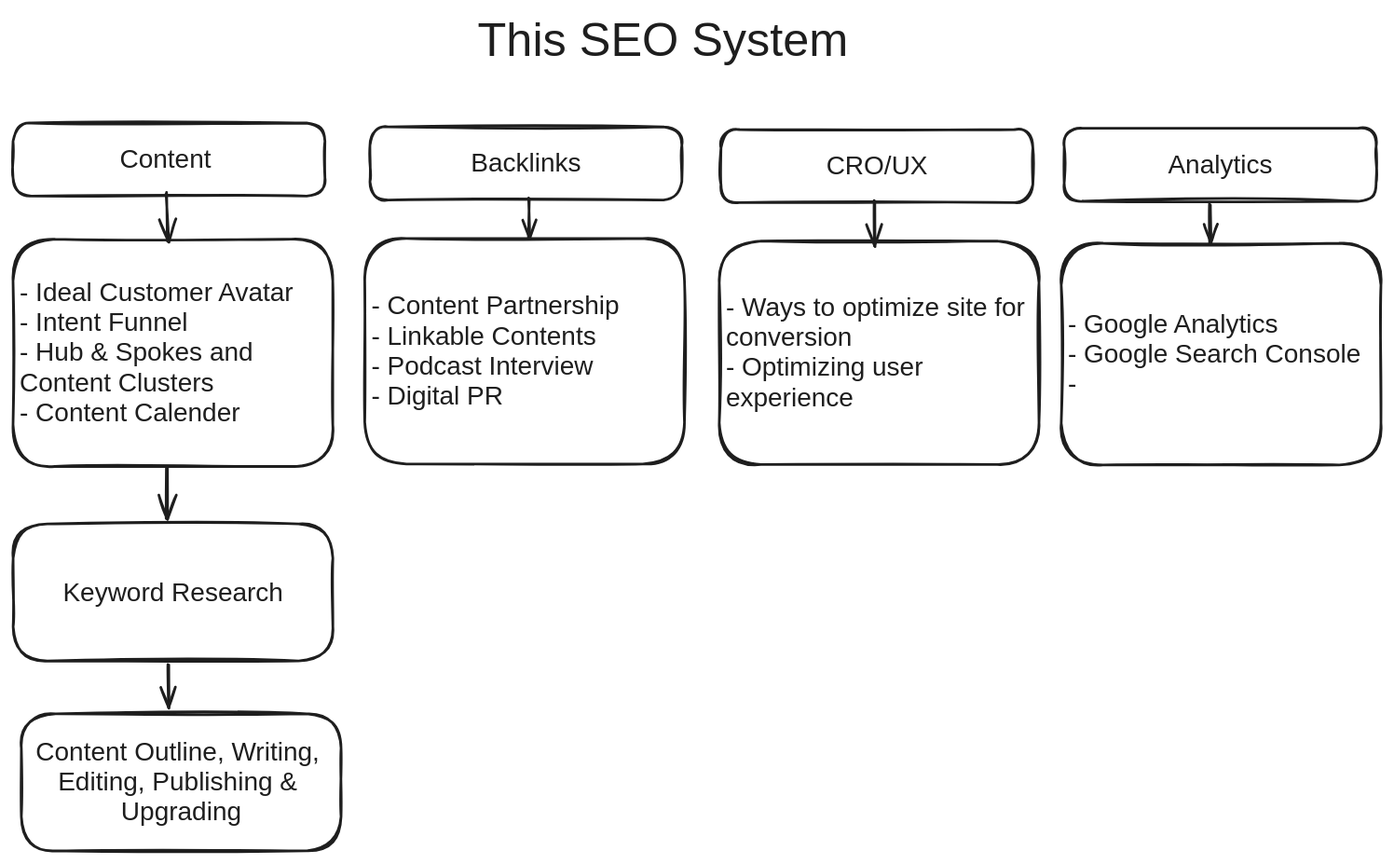
Earlier version of the Excalidraw export QuickNotes/20240526 The SEO System.excalidraw.svg (mshafat/noteshub). Source tidied: one line per element, renumbered; positions are measured from the earlier drawing's top-left corner, leaving out a move shared by most shapes.
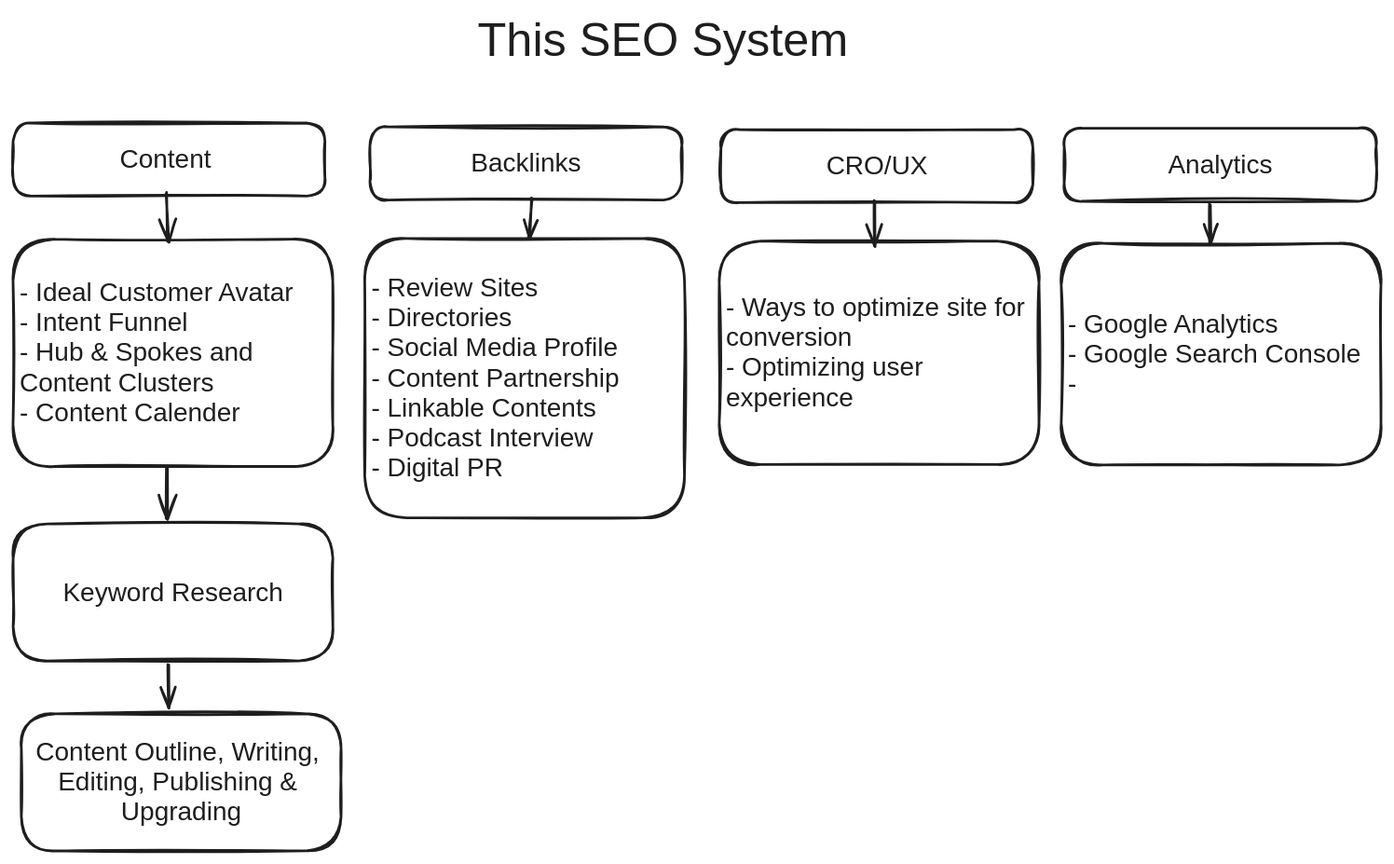
After the commit.

Diff of the diagram source:
```diff
@@ -9,8 +9,8 @@
 {"id": 8, "type": "text", "text": "Analytics", "strokeColor": "#1e1e1e", "strokeWidth": 2, "roughness": 1, "fontSize": 20, "fontFamily": 2, "textAlign": "center", "verticalAlign": "middle", "inside": 7, "x": 885, "y": 105, "width": 80, "height": 23}
 {"id": 9, "type": "rectangle", "strokeColor": "#1e1e1e", "strokeWidth": 2, "roughness": 1, "round": true, "x": 0, "y": 173, "width": 245, "height": 174}
 {"id": 10, "type": "text", "text": "- Ideal Customer Avatar\n- Intent Funnel\n- Hub & Spokes and \nContent Clusters\n- Content Calender", "strokeColor": "#1e1e1e", "strokeWidth": 2, "roughness": 1, "fontSize": 20, "fontFamily": 2, "verticalAlign": "middle", "inside": 9, "x": 5, "y": 203, "width": 211, "height": 115}
-{"id": 11, "type": "rectangle", "strokeColor": "#1e1e1e", "strokeWidth": 2, "roughness": 1, "round": true, "x": 270, "y": 173, "width": 245, "height": 173}
+{"id": 11, "type": "rectangle", "strokeColor": "#1e1e1e", "strokeWidth": 2, "roughness": 1, "round": true, "x": 270, "y": 173, "width": 245, "height": 214}
-{"id": 12, "type": "text", "text": "- Content Partnership\n- Linkable Contents \n- Podcast Interview\n- Digital PR", "strokeColor": "#1e1e1e", "strokeWidth": 2, "roughness": 1, "fontSize": 20, "fontFamily": 2, "verticalAlign": "middle", "inside": 11, "x": 274, "y": 213, "width": 190, "height": 92}
+{"id": 12, "type": "text", "text": "- Review Sites\n- Directories \n- Social Media Profile\n- Content Partnership\n- Linkable Contents \n- Podcast Interview\n- Digital PR", "strokeColor": "#1e1e1e", "strokeWidth": 2, "roughness": 1, "fontSize": 20, "fontFamily": 2, "verticalAlign": "middle", "inside": 11, "x": 274, "y": 199, "width": 190, "height": 161}
 {"id": 13, "type": "rectangle", "strokeColor": "#1e1e1e", "strokeWidth": 2, "roughness": 1, "round": true, "x": 0, "y": 391, "width": 245, "height": 105}
 {"id": 14, "type": "text", "text": "Keyword Research", "strokeColor": "#1e1e1e", "strokeWidth": 2, "roughness": 1, "fontSize": 20, "fontFamily": 2, "textAlign": "center", "verticalAlign": "middle", "inside": 13, "x": 38, "y": 432, "width": 169, "height": 23}
 {"id": 15, "type": "rectangle", "strokeColor": "#1e1e1e", "strokeWidth": 2, "roughness": 1, "round": true, "x": 6, "y": 537, "width": 245, "height": 105}
@@ -20,7 +20,7 @@
 {"id": 19, "type": "rectangle", "strokeColor": "#1e1e1e", "strokeWidth": 2, "roughness": 1, "round": true, "x": 803, "y": 176, "width": 245, "height": 170}
 {"id": 20, "type": "text", "text": "- Google Analytics\n- Google Search Console\n- ", "strokeColor": "#1e1e1e", "strokeWidth": 2, "roughness": 1, "fontSize": 20, "fontFamily": 2, "verticalAlign": "middle", "inside": 19, "x": 808, "y": 227, "width": 225, "height": 69}
 {"id": 21, "type": "arrow", "strokeColor": "#1e1e1e", "strokeWidth": 2, "roughness": 1, "endArrowhead": "arrow", "round": true, "x": 117, "y": 138, "width": 1, "height": 37, "points": [[0, 0], [1, 37]]}
-{"id": 22, "type": "arrow", "strokeColor": "#1e1e1e", "strokeWidth": 2, "roughness": 1, "endArrowhead": "arrow", "round": true, "from": 11, "x": 395, "y": 142, "width": 0, "height": 30, "points": [[0, 0], [0, 30]]}
+{"id": 22, "type": "arrow", "strokeColor": "#1e1e1e", "strokeWidth": 2, "roughness": 1, "endArrowhead": "arrow", "round": true, "from": 11, "x": 398, "y": 142, "width": 2, "height": 30, "points": [[0, 0], [-2, 30]]}
 {"id": 23, "type": "arrow", "strokeColor": "#1e1e1e", "strokeWidth": 2, "roughness": 1, "endArrowhead": "arrow", "round": true, "from": 17, "x": 660, "y": 144, "width": 0, "height": 34, "points": [[0, 0], [0, 34]]}
 {"id": 24, "type": "arrow", "strokeColor": "#1e1e1e", "strokeWidth": 2, "roughness": 1, "endArrowhead": "arrow", "round": true, "from": 19, "x": 917, "y": 146, "width": 0, "height": 30, "points": [[0, 0], [0, 30]]}
 {"id": 25, "type": "arrow", "strokeColor": "#1e1e1e", "strokeWidth": 2, "roughness": 1, "endArrowhead": "arrow", "round": true, "from": 9, "to": 13, "x": 118, "y": 348, "width": 0, "height": 39, "points": [[0, 0], [0, 39]]}
```
